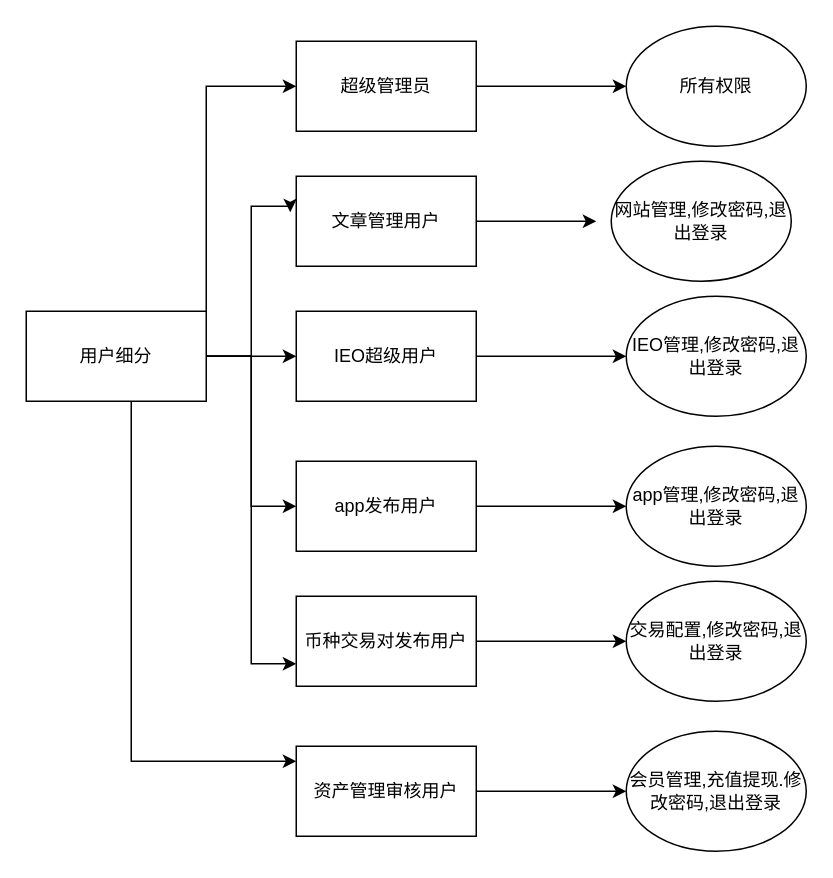
This is Untitled Diagram.drawio from Andrewliu20/-Demo, a draw.io file, before an edit. Source tidied: cells renumbered, new cells numbered last; positions are measured from the earlier drawing's top-left corner, leaving out a move shared by most shapes. Both pictures are drawn from the tidied source at 150%, with x=0, y=0 at pixel (26, 26).
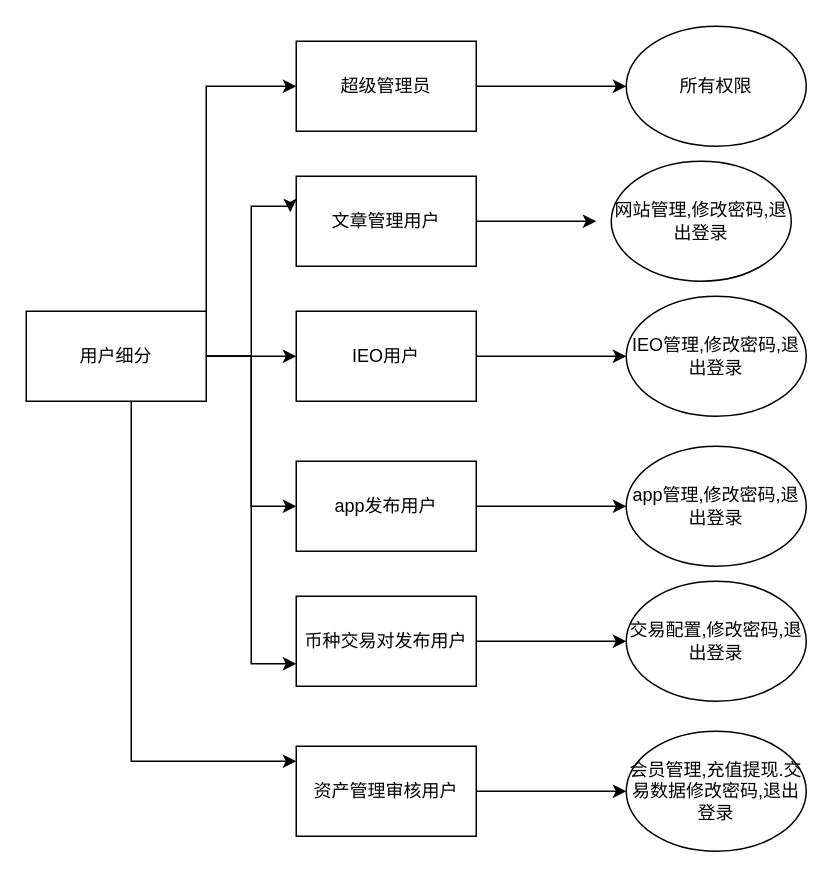
The same page after the edit.

What changed in the source:
```diff
@@
-    <mxCell id="16" value="IEO超级用户" style="rounded=0;whiteSpace=wrap;html=1;" parent="1" vertex="1">
+    <mxCell id="16" value="IEO用户" style="rounded=0;whiteSpace=wrap;html=1;" parent="1" vertex="1">
       <mxGeometry x="180" y="190" width="120" height="60" as="geometry" />
     </mxCell>
@@
-    <mxCell id="26" value="会员管理,充值提现.修改密码,退出登录" style="ellipse;whiteSpace=wrap;html=1;" parent="1" vertex="1">
+    <mxCell id="26" value="会员管理,充值提现.交易数据修改密码,退出登录" style="ellipse;whiteSpace=wrap;html=1;" parent="1" vertex="1">
       <mxGeometry x="400" y="470" width="120" height="80" as="geometry" />
     </mxCell>
```
